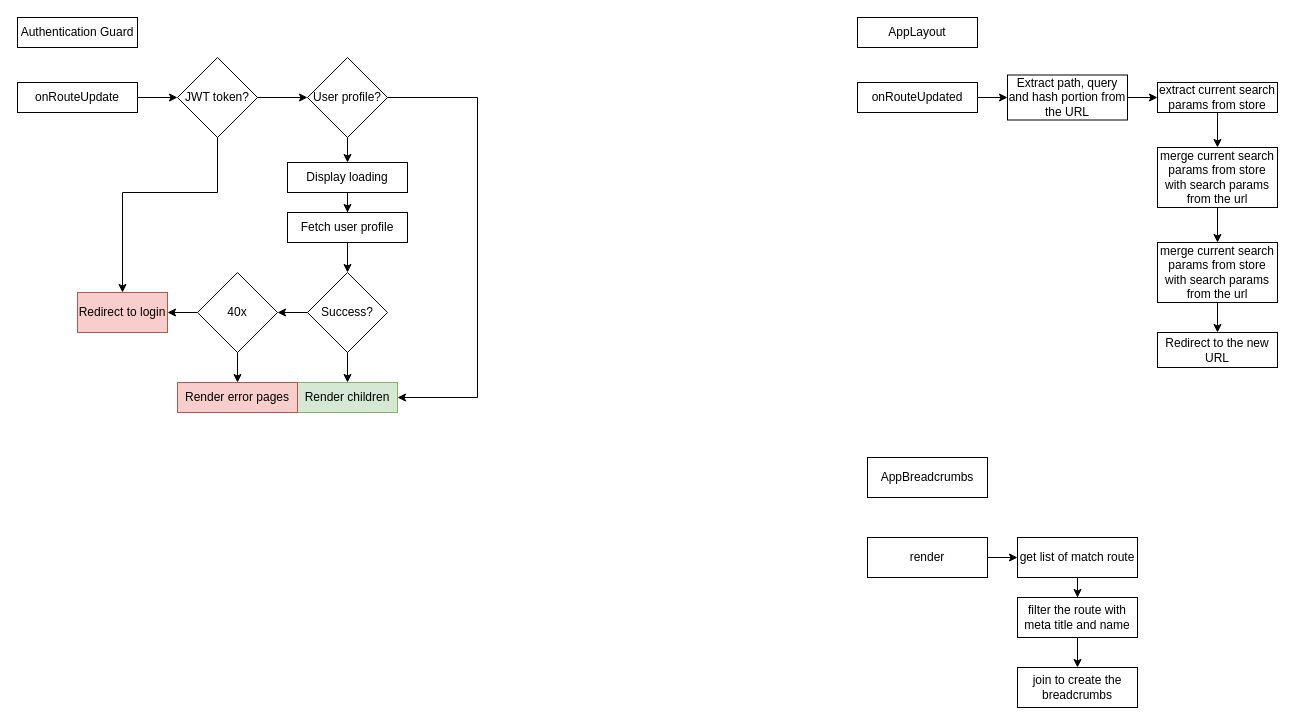
Above: page "Components" (2 of 5) of my_lms.drawio in wind198/my_lms_fe (draw.io), before the change. Source tidied: cells renumbered, new cells numbered last; positions are measured from the earlier drawing's top-left corner, leaving out a move shared by most shapes. Both pictures are drawn from the tidied source at 100%, with x=0, y=0 at pixel (17, 17).
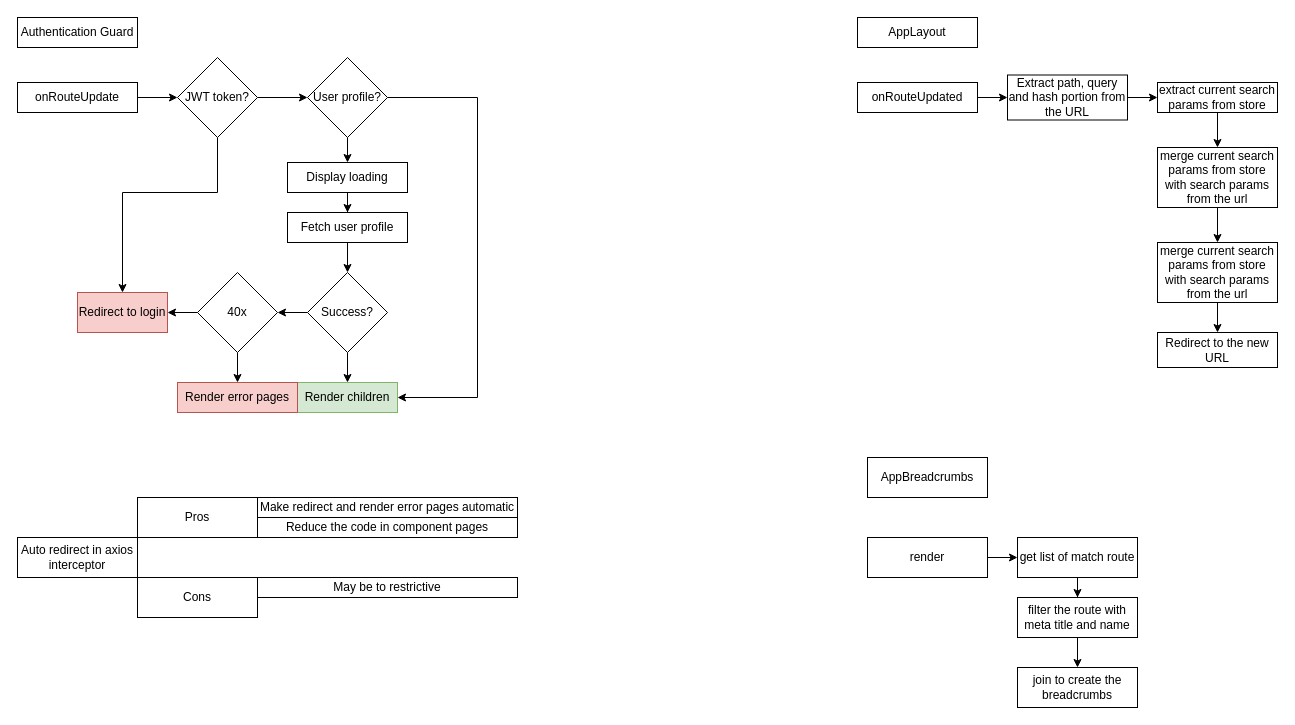
The same page after the edit.

Change to the diagram source:
```diff
@@
+    <mxCell id="44" value="Pros" style="rounded=0;whiteSpace=wrap;html=1;" parent="1" vertex="1">
+      <mxGeometry x="120" y="480" width="120" height="40" as="geometry" />
+    </mxCell>
+    <mxCell id="45" value="Auto redirect in axios interceptor" style="rounded=0;whiteSpace=wrap;html=1;" parent="1" vertex="1">
+      <mxGeometry y="520" width="120" height="40" as="geometry" />
+    </mxCell>
+    <mxCell id="46" value="Make redirect and render error pages automatic" style="rounded=0;whiteSpace=wrap;html=1;" parent="1" vertex="1">
+      <mxGeometry x="240" y="480" width="260" height="20" as="geometry" />
+    </mxCell>
+    <mxCell id="47" value="Reduce the code in component pages" style="rounded=0;whiteSpace=wrap;html=1;" parent="1" vertex="1">
+      <mxGeometry x="240" y="500" width="260" height="20" as="geometry" />
+    </mxCell>
+    <mxCell id="48" value="Cons" style="rounded=0;whiteSpace=wrap;html=1;" parent="1" vertex="1">
+      <mxGeometry x="120" y="560" width="120" height="40" as="geometry" />
+    </mxCell>
+    <mxCell id="49" value="May be to restrictive" style="rounded=0;whiteSpace=wrap;html=1;" parent="1" vertex="1">
+      <mxGeometry x="240" y="560" width="260" height="20" as="geometry" />
+    </mxCell>
```
